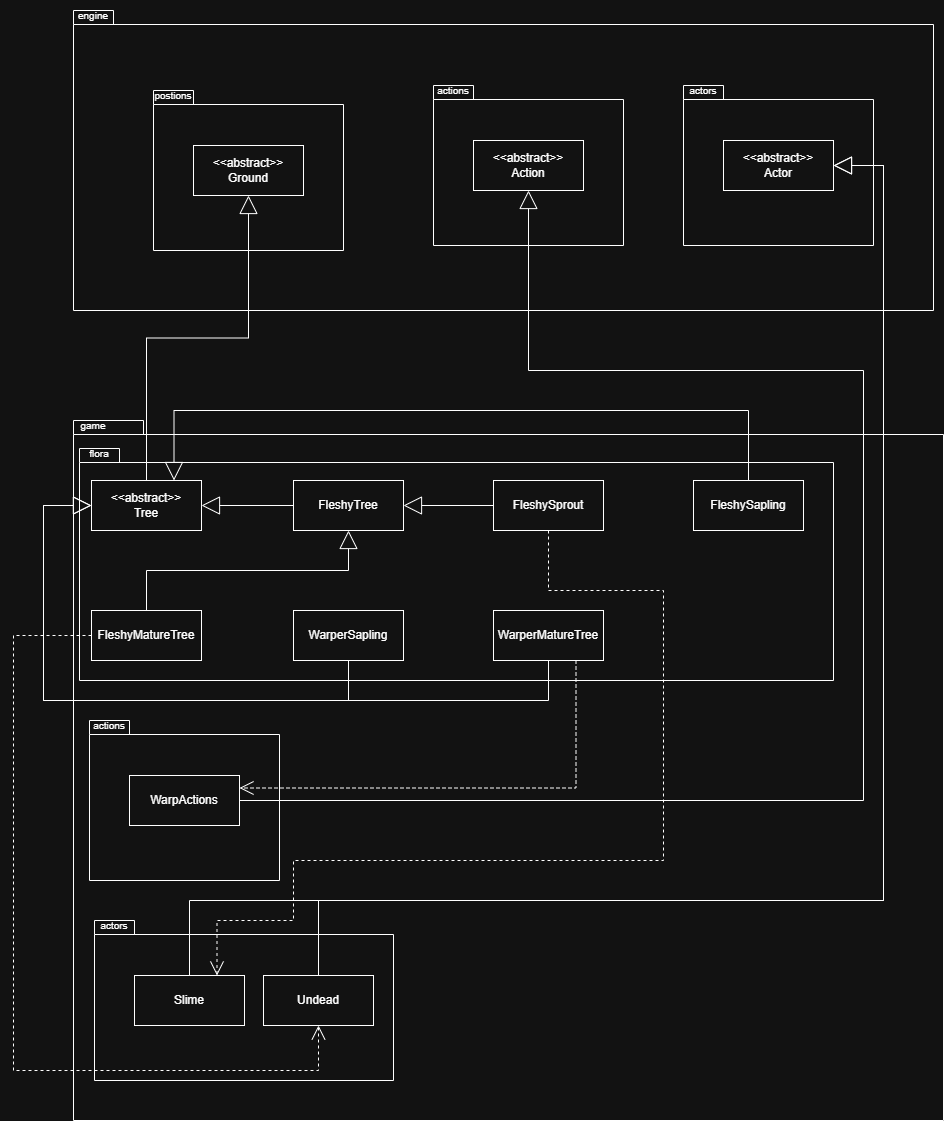
Earlier version of the draw.io export docs/design/REQ3-uml.png (ennn05/Garbage-Collector-Inc.). Source tidied: cells renumbered, new cells last; positions are measured from the earlier drawing's top-left corner, leaving out a move shared by most shapes. Its diagram source:
```xml
<mxGraphModel>
  <root>
    <mxCell id="0" />
    <mxCell id="1" parent="0" />
    <mxCell id="2" style="shape=folder;fontStyle=1;spacingTop=10;tabWidth=40;tabHeight=14;tabPosition=left;html=1;whiteSpace=wrap;" parent="1" vertex="1">
      <mxGeometry x="60" y="10" width="860" height="300" as="geometry" />
    </mxCell>
    <mxCell id="3" value="&lt;font style=&quot;font-size: 10px;&quot;&gt;engine&lt;/font&gt;" style="text;html=1;whiteSpace=wrap;strokeColor=none;fillColor=none;align=center;verticalAlign=middle;rounded=0;" parent="1" vertex="1">
      <mxGeometry x="50" width="60" height="30" as="geometry" />
    </mxCell>
    <mxCell id="4" style="shape=folder;fontStyle=1;spacingTop=10;tabWidth=40;tabHeight=14;tabPosition=left;html=1;whiteSpace=wrap;" parent="1" vertex="1">
      <mxGeometry x="140" y="90" width="190" height="160" as="geometry" />
    </mxCell>
    <mxCell id="5" value="&lt;font style=&quot;font-size: 10px;&quot;&gt;postions&lt;/font&gt;" style="text;html=1;whiteSpace=wrap;strokeColor=none;fillColor=none;align=center;verticalAlign=middle;rounded=0;" parent="1" vertex="1">
      <mxGeometry x="130" y="80" width="60" height="30" as="geometry" />
    </mxCell>
    <mxCell id="6" value="&amp;lt;&amp;lt;abstract&amp;gt;&amp;gt;&lt;br&gt;Ground" style="html=1;whiteSpace=wrap;" parent="1" vertex="1">
      <mxGeometry x="180" y="145" width="110" height="50" as="geometry" />
    </mxCell>
    <mxCell id="7" style="shape=folder;fontStyle=1;spacingTop=10;tabWidth=40;tabHeight=14;tabPosition=left;html=1;whiteSpace=wrap;" parent="1" vertex="1">
      <mxGeometry x="420" y="85" width="190" height="160" as="geometry" />
    </mxCell>
    <mxCell id="8" value="&lt;span style=&quot;font-size: 10px;&quot;&gt;actions&lt;/span&gt;" style="text;html=1;whiteSpace=wrap;strokeColor=none;fillColor=none;align=center;verticalAlign=middle;rounded=0;" parent="1" vertex="1">
      <mxGeometry x="410" y="75" width="60" height="30" as="geometry" />
    </mxCell>
    <mxCell id="9" value="&amp;lt;&amp;lt;abstract&amp;gt;&amp;gt;&lt;br&gt;Action" style="html=1;whiteSpace=wrap;" parent="1" vertex="1">
      <mxGeometry x="460" y="140" width="110" height="50" as="geometry" />
    </mxCell>
    <mxCell id="10" style="shape=folder;fontStyle=1;spacingTop=10;tabWidth=40;tabHeight=14;tabPosition=left;html=1;whiteSpace=wrap;" parent="1" vertex="1">
      <mxGeometry x="60" y="420" width="870" height="700" as="geometry" />
    </mxCell>
    <mxCell id="11" value="&lt;font style=&quot;font-size: 10px;&quot;&gt;game&lt;/font&gt;" style="text;html=1;whiteSpace=wrap;strokeColor=none;fillColor=none;align=center;verticalAlign=middle;rounded=0;" parent="1" vertex="1">
      <mxGeometry x="50" y="410" width="60" height="30" as="geometry" />
    </mxCell>
    <mxCell id="12" style="shape=folder;fontStyle=1;spacingTop=10;tabWidth=40;tabHeight=14;tabPosition=left;html=1;whiteSpace=wrap;" parent="1" vertex="1">
      <mxGeometry x="66" y="448" width="754" height="232" as="geometry" />
    </mxCell>
    <mxCell id="13" value="&lt;font style=&quot;font-size: 10px;&quot;&gt;flora&lt;/font&gt;" style="text;html=1;whiteSpace=wrap;strokeColor=none;fillColor=none;align=center;verticalAlign=middle;rounded=0;" parent="1" vertex="1">
      <mxGeometry x="56" y="438" width="60" height="30" as="geometry" />
    </mxCell>
    <mxCell id="14" value="&amp;lt;&amp;lt;abstract&amp;gt;&amp;gt;&lt;br&gt;Tree" style="html=1;whiteSpace=wrap;" parent="1" vertex="1">
      <mxGeometry x="78" y="480" width="110" height="50" as="geometry" />
    </mxCell>
    <mxCell id="15" value="FleshyTree" style="html=1;whiteSpace=wrap;" parent="1" vertex="1">
      <mxGeometry x="280" y="480" width="110" height="50" as="geometry" />
    </mxCell>
    <mxCell id="16" value="FleshySprout" style="html=1;whiteSpace=wrap;" parent="1" vertex="1">
      <mxGeometry x="480" y="480" width="110" height="50" as="geometry" />
    </mxCell>
    <mxCell id="17" value="FleshySapling" style="html=1;whiteSpace=wrap;" parent="1" vertex="1">
      <mxGeometry x="680" y="480" width="110" height="50" as="geometry" />
    </mxCell>
    <mxCell id="18" value="FleshyMatureTree" style="html=1;whiteSpace=wrap;" parent="1" vertex="1">
      <mxGeometry x="78" y="610" width="110" height="50" as="geometry" />
    </mxCell>
    <mxCell id="19" value="WarperSapling" style="html=1;whiteSpace=wrap;" parent="1" vertex="1">
      <mxGeometry x="280" y="610" width="110" height="50" as="geometry" />
    </mxCell>
    <mxCell id="20" value="WarperMatureTree" style="html=1;whiteSpace=wrap;" parent="1" vertex="1">
      <mxGeometry x="480" y="610" width="110" height="50" as="geometry" />
    </mxCell>
    <mxCell id="21" style="shape=folder;fontStyle=1;spacingTop=10;tabWidth=40;tabHeight=14;tabPosition=left;html=1;whiteSpace=wrap;" parent="1" vertex="1">
      <mxGeometry x="76" y="720" width="190" height="160" as="geometry" />
    </mxCell>
    <mxCell id="22" value="&lt;span style=&quot;font-size: 10px;&quot;&gt;actions&lt;/span&gt;" style="text;html=1;whiteSpace=wrap;strokeColor=none;fillColor=none;align=center;verticalAlign=middle;rounded=0;" parent="1" vertex="1">
      <mxGeometry x="66" y="710" width="60" height="30" as="geometry" />
    </mxCell>
    <mxCell id="23" value="WarpActions" style="html=1;whiteSpace=wrap;" parent="1" vertex="1">
      <mxGeometry x="116" y="775" width="110" height="50" as="geometry" />
    </mxCell>
    <mxCell id="24" style="endArrow=block;endSize=16;endFill=0;html=1;rounded=0;exitX=0.5;exitY=0;exitDx=0;exitDy=0;entryX=0.5;entryY=1;entryDx=0;entryDy=0;edgeStyle=orthogonalEdgeStyle;" parent="1" edge="1" source="14" target="6">
      <mxGeometry relative="1" as="geometry" />
    </mxCell>
    <mxCell id="25" style="endArrow=block;endSize=16;endFill=0;html=1;rounded=0;exitX=0;exitY=0.5;exitDx=0;exitDy=0;entryX=1;entryY=0.5;entryDx=0;entryDy=0;" parent="1" edge="1" source="15" target="14">
      <mxGeometry relative="1" as="geometry" />
    </mxCell>
    <mxCell id="26" style="endArrow=block;endSize=16;endFill=0;html=1;rounded=0;exitX=0;exitY=0.5;exitDx=0;exitDy=0;entryX=1;entryY=0.5;entryDx=0;entryDy=0;" parent="1" edge="1" source="16" target="15">
      <mxGeometry relative="1" as="geometry" />
    </mxCell>
    <mxCell id="27" style="endArrow=block;endSize=16;endFill=0;html=1;rounded=0;exitX=0.5;exitY=0;exitDx=0;exitDy=0;entryX=0.5;entryY=1;entryDx=0;entryDy=0;edgeStyle=orthogonalEdgeStyle;" parent="1" edge="1" source="18" target="15">
      <mxGeometry relative="1" as="geometry" />
    </mxCell>
    <mxCell id="28" style="endArrow=block;endSize=16;endFill=0;html=1;rounded=0;exitX=0.5;exitY=0;exitDx=0;exitDy=0;entryX=0.75;entryY=0;entryDx=0;entryDy=0;edgeStyle=orthogonalEdgeStyle;" parent="1" edge="1" source="17" target="14">
      <mxGeometry relative="1" as="geometry">
        <Array as="points">
          <mxPoint x="735" y="410" />
          <mxPoint x="161" y="410" />
        </Array>
      </mxGeometry>
    </mxCell>
    <mxCell id="29" style="endArrow=block;endSize=16;endFill=0;html=1;rounded=0;exitX=0.5;exitY=1;exitDx=0;exitDy=0;entryX=0;entryY=0.5;entryDx=0;entryDy=0;edgeStyle=orthogonalEdgeStyle;" parent="1" edge="1" source="19" target="14">
      <mxGeometry relative="1" as="geometry">
        <Array as="points">
          <mxPoint x="335" y="700" />
          <mxPoint x="30" y="700" />
          <mxPoint x="30" y="505" />
        </Array>
      </mxGeometry>
    </mxCell>
    <mxCell id="30" style="endArrow=block;endSize=16;endFill=0;html=1;rounded=0;exitX=0.5;exitY=1;exitDx=0;exitDy=0;entryX=0;entryY=0.5;entryDx=0;entryDy=0;edgeStyle=orthogonalEdgeStyle;" parent="1" edge="1" source="20" target="14">
      <mxGeometry relative="1" as="geometry">
        <Array as="points">
          <mxPoint x="535" y="700" />
          <mxPoint x="30" y="700" />
          <mxPoint x="30" y="505" />
        </Array>
      </mxGeometry>
    </mxCell>
    <mxCell id="31" style="endArrow=block;endSize=16;endFill=0;html=1;rounded=0;exitX=1;exitY=0.5;exitDx=0;exitDy=0;entryX=0.5;entryY=1;entryDx=0;entryDy=0;edgeStyle=orthogonalEdgeStyle;" parent="1" edge="1" source="23" target="9">
      <mxGeometry relative="1" as="geometry">
        <Array as="points">
          <mxPoint x="850" y="800" />
          <mxPoint x="850" y="370" />
          <mxPoint x="515" y="370" />
        </Array>
      </mxGeometry>
    </mxCell>
    <mxCell id="32" style="endArrow=open;endSize=12;dashed=1;html=1;rounded=0;exitX=0.75;exitY=1;exitDx=0;exitDy=0;entryX=1;entryY=0.25;entryDx=0;entryDy=0;edgeStyle=orthogonalEdgeStyle;" parent="1" edge="1" source="20" target="23">
      <mxGeometry relative="1" as="geometry" />
    </mxCell>
    <mxCell id="33" style="shape=folder;fontStyle=1;spacingTop=10;tabWidth=40;tabHeight=14;tabPosition=left;html=1;whiteSpace=wrap;" parent="1" vertex="1">
      <mxGeometry x="81" y="920" width="299" height="160" as="geometry" />
    </mxCell>
    <mxCell id="34" value="&lt;span style=&quot;font-size: 10px;&quot;&gt;actors&lt;/span&gt;" style="text;html=1;whiteSpace=wrap;strokeColor=none;fillColor=none;align=center;verticalAlign=middle;rounded=0;" parent="1" vertex="1">
      <mxGeometry x="71" y="910" width="60" height="30" as="geometry" />
    </mxCell>
    <mxCell id="35" value="Slime" style="html=1;whiteSpace=wrap;" parent="1" vertex="1">
      <mxGeometry x="121" y="975" width="110" height="50" as="geometry" />
    </mxCell>
    <mxCell id="36" style="shape=folder;fontStyle=1;spacingTop=10;tabWidth=40;tabHeight=14;tabPosition=left;html=1;whiteSpace=wrap;" parent="1" vertex="1">
      <mxGeometry x="670" y="85" width="190" height="160" as="geometry" />
    </mxCell>
    <mxCell id="37" value="&lt;span style=&quot;font-size: 10px;&quot;&gt;actors&lt;/span&gt;" style="text;html=1;whiteSpace=wrap;strokeColor=none;fillColor=none;align=center;verticalAlign=middle;rounded=0;" parent="1" vertex="1">
      <mxGeometry x="660" y="75" width="60" height="30" as="geometry" />
    </mxCell>
    <mxCell id="38" value="&amp;lt;&amp;lt;abstract&amp;gt;&amp;gt;&lt;br&gt;Actor" style="html=1;whiteSpace=wrap;" parent="1" vertex="1">
      <mxGeometry x="710" y="140" width="110" height="50" as="geometry" />
    </mxCell>
    <mxCell id="39" value="Undead" style="html=1;whiteSpace=wrap;" parent="1" vertex="1">
      <mxGeometry x="250" y="975" width="110" height="50" as="geometry" />
    </mxCell>
    <mxCell id="40" style="endArrow=block;endSize=16;endFill=0;html=1;rounded=0;exitX=0.5;exitY=0;exitDx=0;exitDy=0;entryX=1;entryY=0.5;entryDx=0;entryDy=0;edgeStyle=orthogonalEdgeStyle;" parent="1" edge="1" source="35" target="38">
      <mxGeometry relative="1" as="geometry">
        <Array as="points">
          <mxPoint x="176" y="900" />
          <mxPoint x="870" y="900" />
          <mxPoint x="870" y="165" />
        </Array>
      </mxGeometry>
    </mxCell>
    <mxCell id="41" style="endArrow=block;endSize=16;endFill=0;html=1;rounded=0;exitX=0.5;exitY=0;exitDx=0;exitDy=0;entryX=1;entryY=0.5;entryDx=0;entryDy=0;edgeStyle=orthogonalEdgeStyle;" parent="1" edge="1" source="39" target="38">
      <mxGeometry relative="1" as="geometry">
        <Array as="points">
          <mxPoint x="305" y="900" />
          <mxPoint x="870" y="900" />
          <mxPoint x="870" y="165" />
        </Array>
      </mxGeometry>
    </mxCell>
    <mxCell id="42" style="endArrow=open;endSize=12;dashed=1;html=1;rounded=0;exitX=0.5;exitY=1;exitDx=0;exitDy=0;entryX=0.75;entryY=0;entryDx=0;entryDy=0;edgeStyle=orthogonalEdgeStyle;" parent="1" edge="1" source="16" target="35">
      <mxGeometry relative="1" as="geometry">
        <Array as="points">
          <mxPoint x="535" y="590" />
          <mxPoint x="650" y="590" />
          <mxPoint x="650" y="860" />
          <mxPoint x="280" y="860" />
          <mxPoint x="280" y="920" />
          <mxPoint x="204" y="920" />
        </Array>
      </mxGeometry>
    </mxCell>
    <mxCell id="43" style="endArrow=open;endSize=12;dashed=1;html=1;rounded=0;exitX=0;exitY=0.5;exitDx=0;exitDy=0;entryX=0.5;entryY=1;entryDx=0;entryDy=0;edgeStyle=orthogonalEdgeStyle;" parent="1" edge="1" source="18" target="39">
      <mxGeometry relative="1" as="geometry">
        <Array as="points">
          <mxPoint y="635" />
          <mxPoint y="1070" />
          <mxPoint x="305" y="1070" />
        </Array>
      </mxGeometry>
    </mxCell>
  </root>
</mxGraphModel>
```
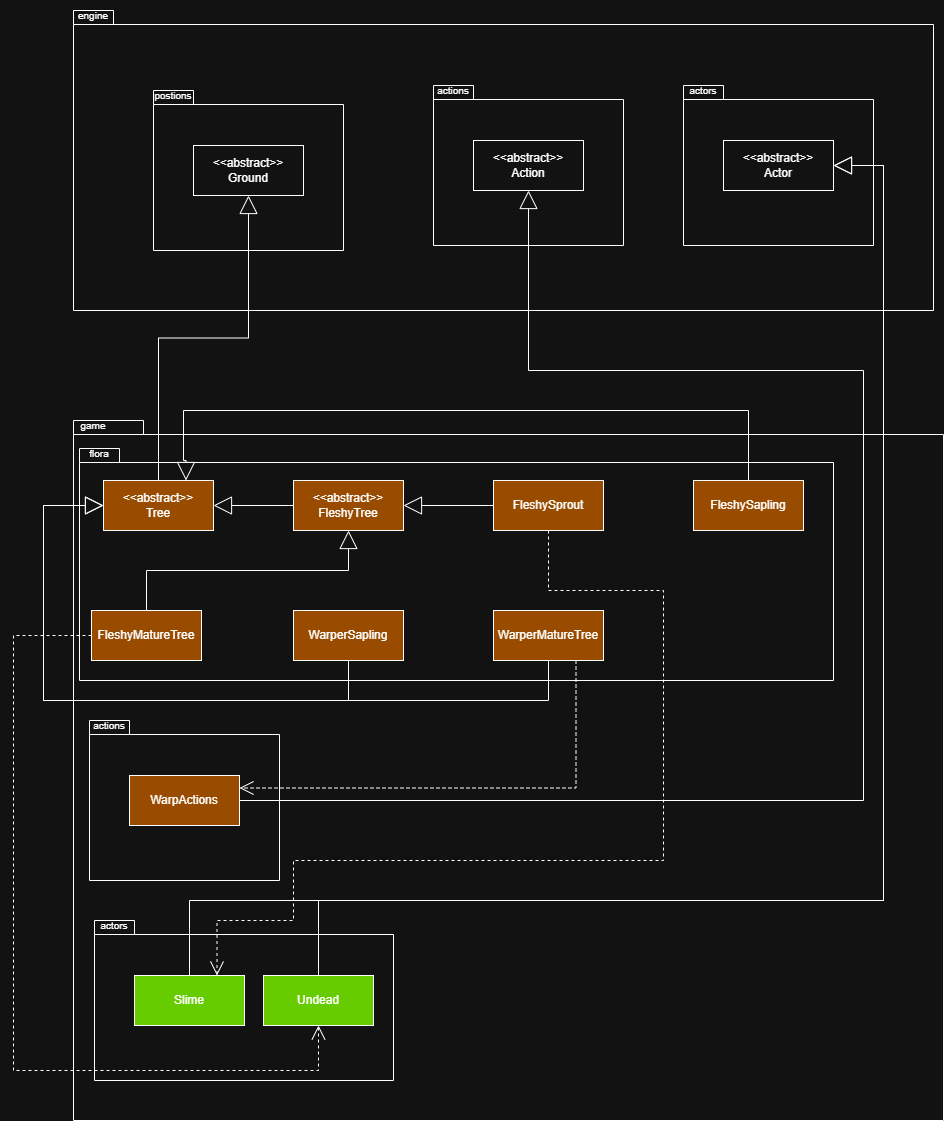
After the commit.

Commit message:
Docs: fix req3 uml

The edit, as a diff of the source:
```diff
@@ -38,25 +38,25 @@
     <mxCell id="13" value="&lt;font style=&quot;font-size: 10px;&quot;&gt;flora&lt;/font&gt;" style="text;html=1;whiteSpace=wrap;strokeColor=none;fillColor=none;align=center;verticalAlign=middle;rounded=0;" parent="1" vertex="1">
       <mxGeometry x="56" y="438" width="60" height="30" as="geometry" />
     </mxCell>
-    <mxCell id="14" value="&amp;lt;&amp;lt;abstract&amp;gt;&amp;gt;&lt;br&gt;Tree" style="html=1;whiteSpace=wrap;" parent="1" vertex="1">
-      <mxGeometry x="78" y="480" width="110" height="50" as="geometry" />
+    <mxCell id="14" value="&amp;lt;&amp;lt;abstract&amp;gt;&amp;gt;&lt;br&gt;Tree" style="html=1;whiteSpace=wrap;fillColor=light-dark(#FFFFFF,#994C00);" parent="1" vertex="1">
+      <mxGeometry x="90" y="480" width="110" height="50" as="geometry" />
     </mxCell>
-    <mxCell id="15" value="FleshyTree" style="html=1;whiteSpace=wrap;" parent="1" vertex="1">
+    <mxCell id="15" value="&amp;lt;&amp;lt;abstract&amp;gt;&amp;gt;&lt;br&gt;FleshyTree" style="html=1;whiteSpace=wrap;fillColor=light-dark(#FFFFFF,#994C00);" parent="1" vertex="1">
       <mxGeometry x="280" y="480" width="110" height="50" as="geometry" />
     </mxCell>
-    <mxCell id="16" value="FleshySprout" style="html=1;whiteSpace=wrap;" parent="1" vertex="1">
+    <mxCell id="16" value="FleshySprout" style="html=1;whiteSpace=wrap;fillColor=light-dark(#FFFFFF,#994C00);" parent="1" vertex="1">
       <mxGeometry x="480" y="480" width="110" height="50" as="geometry" />
     </mxCell>
-    <mxCell id="17" value="FleshySapling" style="html=1;whiteSpace=wrap;" parent="1" vertex="1">
+    <mxCell id="17" value="FleshySapling" style="html=1;whiteSpace=wrap;fillColor=light-dark(#FFFFFF,#994C00);" parent="1" vertex="1">
       <mxGeometry x="680" y="480" width="110" height="50" as="geometry" />
     </mxCell>
-    <mxCell id="18" value="FleshyMatureTree" style="html=1;whiteSpace=wrap;" parent="1" vertex="1">
+    <mxCell id="18" value="FleshyMatureTree" style="html=1;whiteSpace=wrap;fillColor=light-dark(#FFFFFF,#994C00);" parent="1" vertex="1">
       <mxGeometry x="78" y="610" width="110" height="50" as="geometry" />
     </mxCell>
-    <mxCell id="19" value="WarperSapling" style="html=1;whiteSpace=wrap;" parent="1" vertex="1">
+    <mxCell id="19" value="WarperSapling" style="html=1;whiteSpace=wrap;fillColor=light-dark(#FFFFFF,#994C00);" parent="1" vertex="1">
       <mxGeometry x="280" y="610" width="110" height="50" as="geometry" />
     </mxCell>
-    <mxCell id="20" value="WarperMatureTree" style="html=1;whiteSpace=wrap;" parent="1" vertex="1">
+    <mxCell id="20" value="WarperMatureTree" style="html=1;whiteSpace=wrap;fillColor=light-dark(#FFFFFF,#994C00);" parent="1" vertex="1">
       <mxGeometry x="480" y="610" width="110" height="50" as="geometry" />
     </mxCell>
     <mxCell id="21" style="shape=folder;fontStyle=1;spacingTop=10;tabWidth=40;tabHeight=14;tabPosition=left;html=1;whiteSpace=wrap;" parent="1" vertex="1">
@@ -65,7 +65,7 @@
     <mxCell id="22" value="&lt;span style=&quot;font-size: 10px;&quot;&gt;actions&lt;/span&gt;" style="text;html=1;whiteSpace=wrap;strokeColor=none;fillColor=none;align=center;verticalAlign=middle;rounded=0;" parent="1" vertex="1">
       <mxGeometry x="66" y="710" width="60" height="30" as="geometry" />
     </mxCell>
-    <mxCell id="23" value="WarpActions" style="html=1;whiteSpace=wrap;" parent="1" vertex="1">
+    <mxCell id="23" value="WarpActions" style="html=1;whiteSpace=wrap;fillColor=light-dark(#FFFFFF,#994C00);" parent="1" vertex="1">
       <mxGeometry x="116" y="775" width="110" height="50" as="geometry" />
     </mxCell>
     <mxCell id="24" style="endArrow=block;endSize=16;endFill=0;html=1;rounded=0;exitX=0.5;exitY=0;exitDx=0;exitDy=0;entryX=0.5;entryY=1;entryDx=0;entryDy=0;edgeStyle=orthogonalEdgeStyle;" parent="1" edge="1" source="14" target="6">
@@ -80,11 +80,13 @@
     <mxCell id="27" style="endArrow=block;endSize=16;endFill=0;html=1;rounded=0;exitX=0.5;exitY=0;exitDx=0;exitDy=0;entryX=0.5;entryY=1;entryDx=0;entryDy=0;edgeStyle=orthogonalEdgeStyle;" parent="1" edge="1" source="18" target="15">
       <mxGeometry relative="1" as="geometry" />
     </mxCell>
-    <mxCell id="28" style="endArrow=block;endSize=16;endFill=0;html=1;rounded=0;exitX=0.5;exitY=0;exitDx=0;exitDy=0;entryX=0.75;entryY=0;entryDx=0;entryDy=0;edgeStyle=orthogonalEdgeStyle;" parent="1" edge="1" source="17" target="14">
+    <mxCell id="28" style="endArrow=block;endSize=16;endFill=0;html=1;rounded=0;exitX=0.5;exitY=0;exitDx=0;exitDy=0;entryX=0.75;entryY=0;entryDx=0;entryDy=0;edgeStyle=orthogonalEdgeStyle;fillColor=light-dark(transparent,#33FF99);" parent="1" edge="1" source="17" target="14">
       <mxGeometry relative="1" as="geometry">
         <Array as="points">
           <mxPoint x="735" y="410" />
-          <mxPoint x="161" y="410" />
+          <mxPoint x="170" y="410" />
+          <mxPoint x="170" y="460" />
+          <mxPoint x="173" y="460" />
         </Array>
       </mxGeometry>
     </mxCell>
@@ -124,7 +126,7 @@
     <mxCell id="34" value="&lt;span style=&quot;font-size: 10px;&quot;&gt;actors&lt;/span&gt;" style="text;html=1;whiteSpace=wrap;strokeColor=none;fillColor=none;align=center;verticalAlign=middle;rounded=0;" parent="1" vertex="1">
       <mxGeometry x="71" y="910" width="60" height="30" as="geometry" />
     </mxCell>
-    <mxCell id="35" value="Slime" style="html=1;whiteSpace=wrap;" parent="1" vertex="1">
+    <mxCell id="35" value="Slime" style="html=1;whiteSpace=wrap;fillColor=light-dark(#FFFFFF,#66CC00);" parent="1" vertex="1">
       <mxGeometry x="121" y="975" width="110" height="50" as="geometry" />
     </mxCell>
     <mxCell id="36" style="shape=folder;fontStyle=1;spacingTop=10;tabWidth=40;tabHeight=14;tabPosition=left;html=1;whiteSpace=wrap;" parent="1" vertex="1">
@@ -136,7 +138,7 @@
     <mxCell id="38" value="&amp;lt;&amp;lt;abstract&amp;gt;&amp;gt;&lt;br&gt;Actor" style="html=1;whiteSpace=wrap;" parent="1" vertex="1">
       <mxGeometry x="710" y="140" width="110" height="50" as="geometry" />
     </mxCell>
-    <mxCell id="39" value="Undead" style="html=1;whiteSpace=wrap;" parent="1" vertex="1">
+    <mxCell id="39" value="Undead" style="html=1;whiteSpace=wrap;fillColor=light-dark(#FFFFFF,#66CC00);" parent="1" vertex="1">
       <mxGeometry x="250" y="975" width="110" height="50" as="geometry" />
     </mxCell>
     <mxCell id="40" style="endArrow=block;endSize=16;endFill=0;html=1;rounded=0;exitX=0.5;exitY=0;exitDx=0;exitDy=0;entryX=1;entryY=0.5;entryDx=0;entryDy=0;edgeStyle=orthogonalEdgeStyle;" parent="1" edge="1" source="35" target="38">
```
